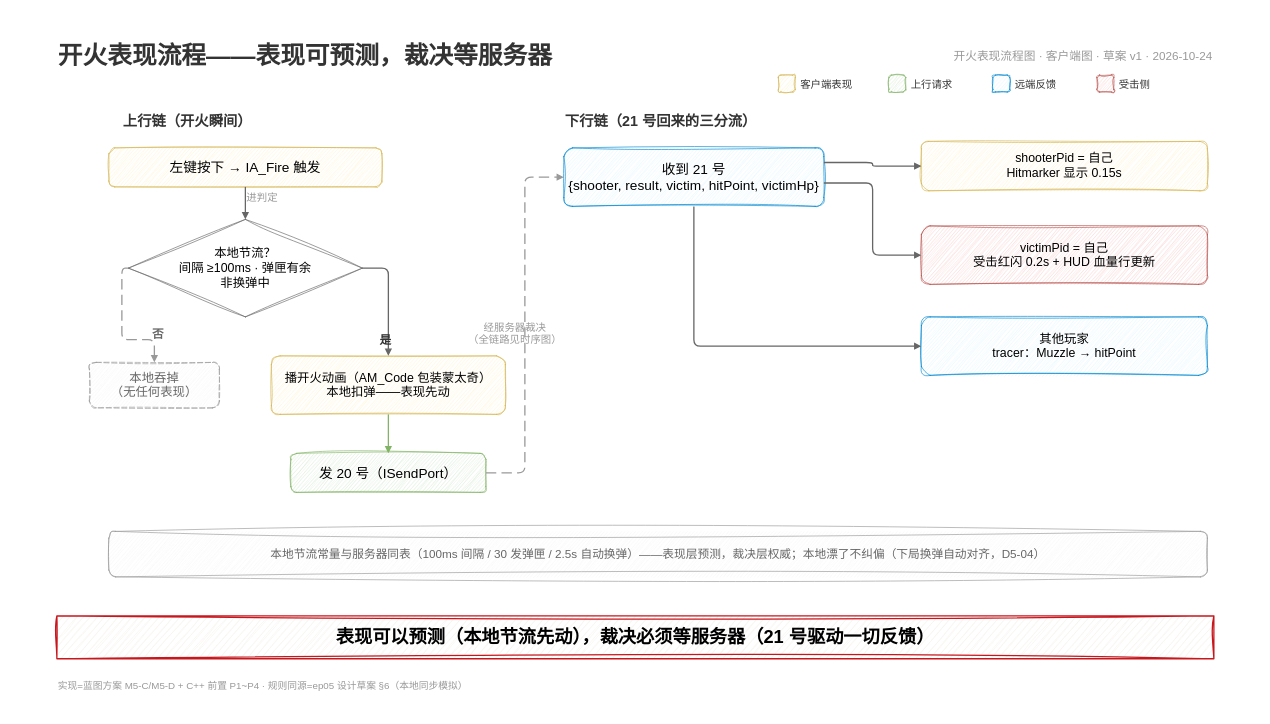
The draw.io diagram docs/episodes/ep05/fire_client_flow.drawio in x-PiXiu/Sightline, before the edit. Source tidied: cells renumbered, new cells numbered last; positions are measured from the earlier drawing's top-left corner, leaving out a move shared by most shapes. Both pictures are drawn from the tidied source at 65%, with x=0, y=0 at pixel (11, 11).
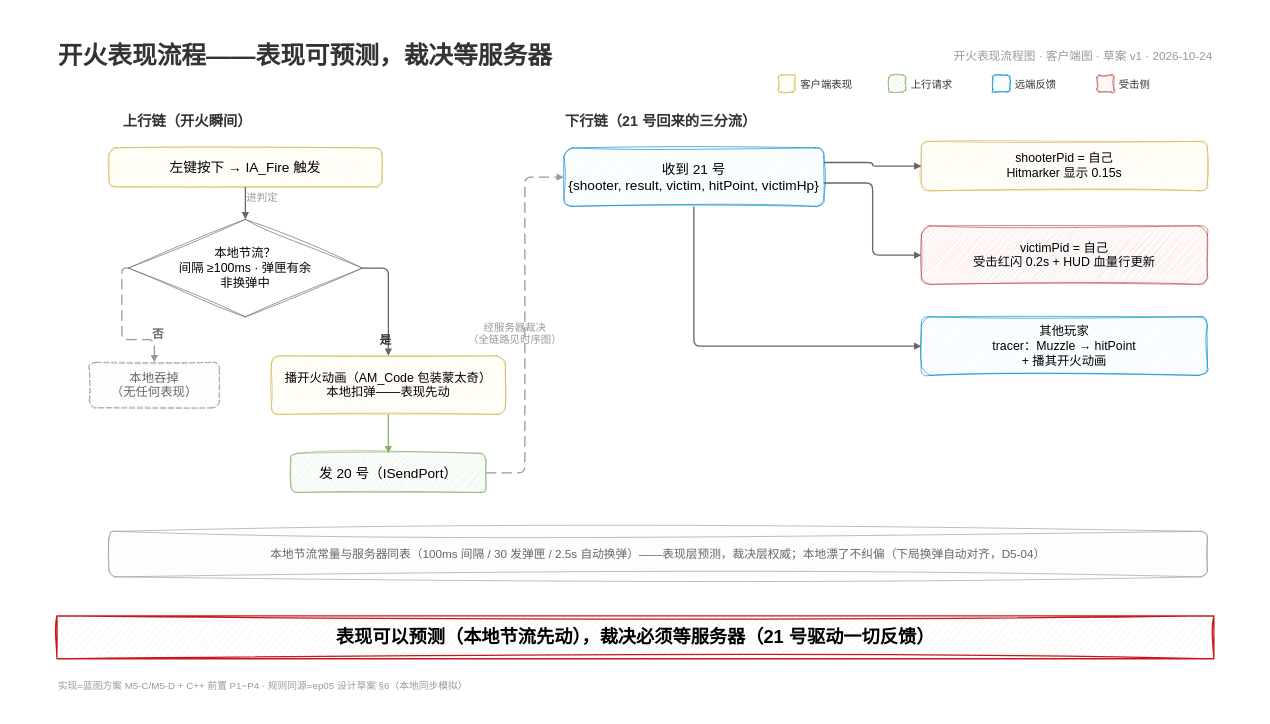
Above is the later version.

Diff of the diagram source:
```diff
@@
-    <mxCell id="30" value="其他玩家&#10;tracer：Muzzle → hitPoint" style="rounded=1;whiteSpace=wrap;fillColor=#e1f5fe;strokeColor=#0288d1;fontSize=19;sketch=1;curveFitting=1;jiggle=2;" parent="1" vertex="1">
+    <mxCell id="30" value="其他玩家&#10;tracer：Muzzle → hitPoint&#10;+ 播其开火动画" style="rounded=1;whiteSpace=wrap;fillColor=#e1f5fe;strokeColor=#0288d1;fontSize=19;sketch=1;curveFitting=1;jiggle=2;" parent="1" vertex="1">
       <mxGeometry x="1400" y="470" width="440" height="90" as="geometry" />
     </mxCell>
```
